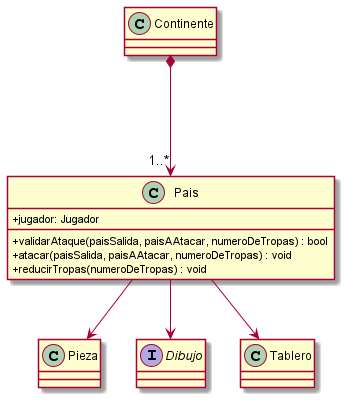
The PlantUML diagram out/diagramas/diagramaClaseContinente/diagramaClaseContinente.png in tomasshiao/TP2_Algo3, before a commit.
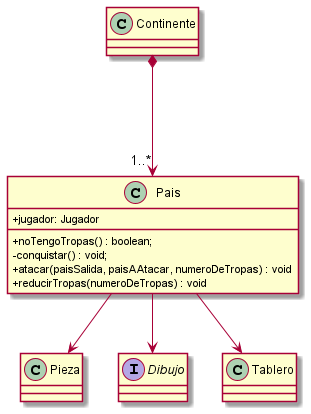
After the commit.

Commit message:
modificamos diagramas

Diff of the diagram source:
```diff
@@ -10,7 +10,8 @@
 class Pais{
     +jugador: Jugador
 
-    + validarAtaque(paisSalida, paisAAtacar, numeroDeTropas) : bool
+    + noTengoTropas() : boolean;
+    - conquistar() : void;
     + atacar(paisSalida, paisAAtacar, numeroDeTropas) : void
     + reducirTropas(numeroDeTropas) : void
 }
```
